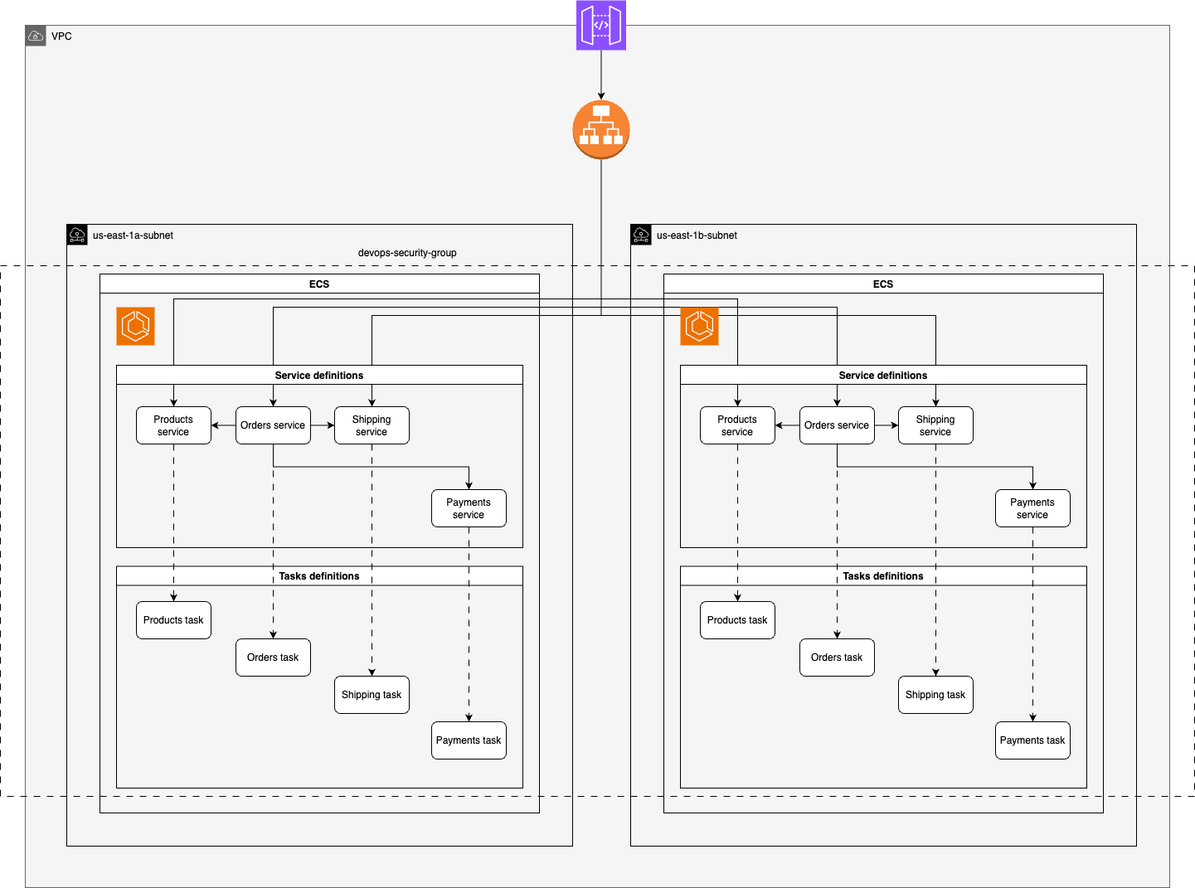
Above: assets/infra.png in RIBAS-DEVOPS-NOV2024/infraestructura (draw.io), before the change. Source tidied: cells renumbered, new cells last; positions are measured from the earlier drawing's top-left corner, leaving out a move shared by most shapes.
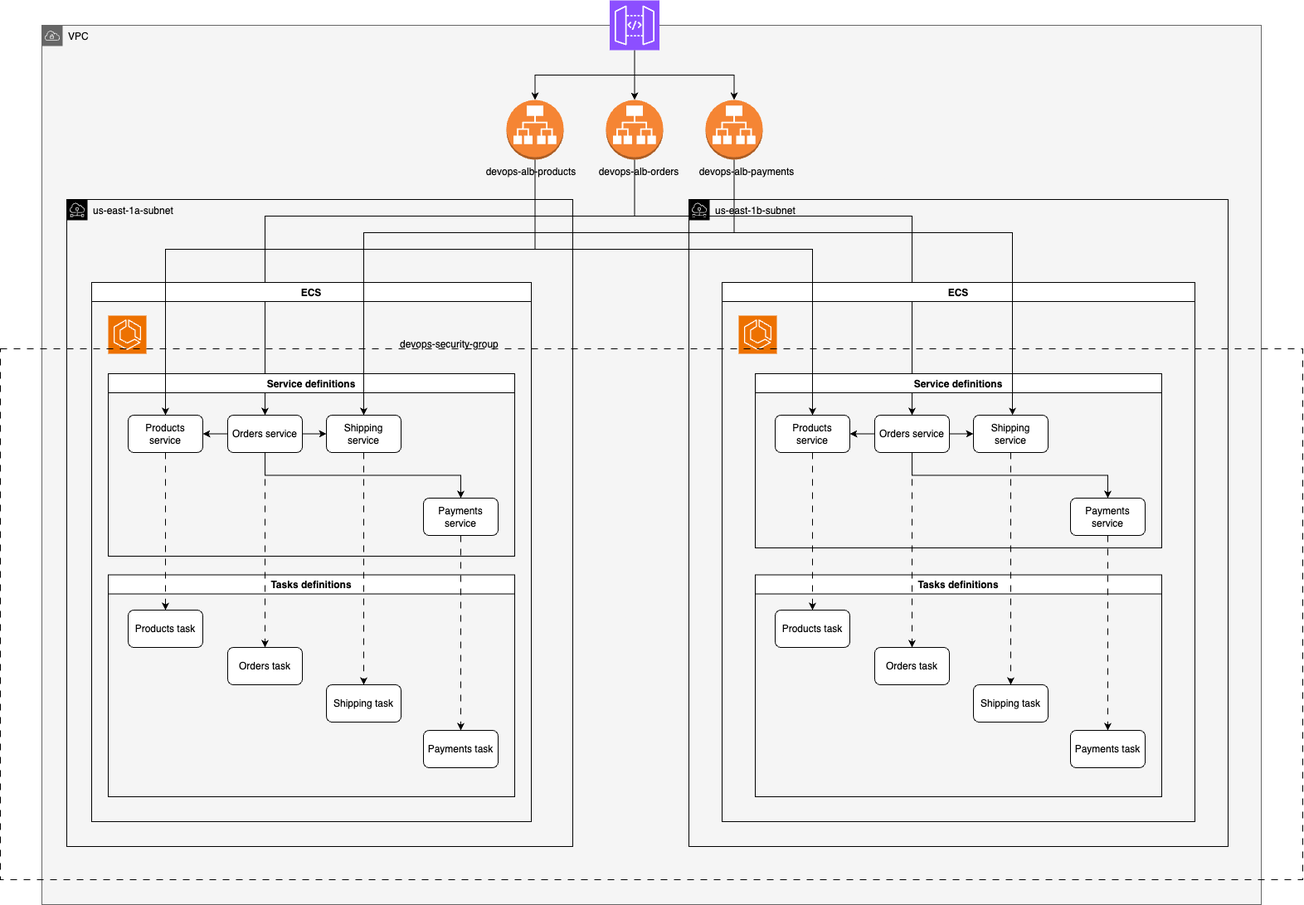
The same diagram one commit later.

What changed in the source:
```diff
@@ -3,61 +3,29 @@
     <mxCell id="0" />
     <mxCell id="1" parent="0" />
     <mxCell id="2" value="&lt;font color=&quot;#000000&quot;&gt;VPC&lt;/font&gt;" style="sketch=0;html=1;whiteSpace=wrap;fontSize=12;fontStyle=0;shape=mxgraph.aws4.group;grIcon=mxgraph.aws4.group_vpc;strokeColor=#666666;fillColor=#f5f5f5;verticalAlign=top;align=left;spacingLeft=30;dashed=0;fontColor=#333333;" parent="1" vertex="1">
-      <mxGeometry x="30" y="30" width="1380" height="1040" as="geometry" />
+      <mxGeometry x="10" y="30" width="1470" height="1060" as="geometry" />
     </mxCell>
-    <mxCell id="3" style="edgeStyle=orthogonalEdgeStyle;rounded=0;jettySize=auto;html=1;exitX=0.5;exitY=1;exitDx=0;exitDy=0;exitPerimeter=0;entryX=0.5;entryY=0;entryDx=0;entryDy=0;" parent="1" edge="1" source="9" target="18">
-      <mxGeometry relative="1" as="geometry">
-        <Array as="points">
-          <mxPoint x="725" y="360" />
-          <mxPoint x="209" y="360" />
-        </Array>
-      </mxGeometry>
-    </mxCell>
     <mxCell id="4" style="edgeStyle=orthogonalEdgeStyle;rounded=0;jettySize=auto;html=1;exitX=0.5;exitY=1;exitDx=0;exitDy=0;exitPerimeter=0;entryX=0.5;entryY=0;entryDx=0;entryDy=0;" parent="1" edge="1" source="9" target="15">
       <mxGeometry relative="1" as="geometry">
         <Array as="points">
-          <mxPoint x="725" y="370" />
-          <mxPoint x="329" y="370" />
+          <mxPoint x="725" y="260" />
+          <mxPoint x="279" y="260" />
         </Array>
       </mxGeometry>
     </mxCell>
-    <mxCell id="5" style="edgeStyle=orthogonalEdgeStyle;rounded=0;jettySize=auto;html=1;exitX=0.5;exitY=1;exitDx=0;exitDy=0;exitPerimeter=0;entryX=0.5;entryY=0;entryDx=0;entryDy=0;" parent="1" edge="1" source="9" target="14">
-      <mxGeometry relative="1" as="geometry">
-        <Array as="points">
-          <mxPoint x="725" y="380" />
-          <mxPoint x="448" y="380" />
-        </Array>
-      </mxGeometry>
-    </mxCell>
-    <mxCell id="6" style="edgeStyle=orthogonalEdgeStyle;rounded=0;jettySize=auto;html=1;exitX=0.5;exitY=1;exitDx=0;exitDy=0;exitPerimeter=0;entryX=0.5;entryY=0;entryDx=0;entryDy=0;" parent="1" edge="1" source="9" target="38">
-      <mxGeometry relative="1" as="geometry">
-        <Array as="points">
-          <mxPoint x="725" y="360" />
-          <mxPoint x="889" y="360" />
-        </Array>
-      </mxGeometry>
-    </mxCell>
     <mxCell id="7" style="edgeStyle=orthogonalEdgeStyle;rounded=0;jettySize=auto;html=1;exitX=0.5;exitY=1;exitDx=0;exitDy=0;exitPerimeter=0;entryX=0.5;entryY=0;entryDx=0;entryDy=0;" parent="1" edge="1" source="9" target="35">
       <mxGeometry relative="1" as="geometry">
         <Array as="points">
-          <mxPoint x="725" y="370" />
-          <mxPoint x="1009" y="370" />
+          <mxPoint x="725" y="260" />
+          <mxPoint x="1059" y="260" />
         </Array>
       </mxGeometry>
     </mxCell>
-    <mxCell id="8" style="edgeStyle=orthogonalEdgeStyle;rounded=0;jettySize=auto;html=1;exitX=0.5;exitY=1;exitDx=0;exitDy=0;exitPerimeter=0;entryX=0.5;entryY=0;entryDx=0;entryDy=0;" parent="1" edge="1" source="9" target="34">
-      <mxGeometry relative="1" as="geometry">
-        <Array as="points">
-          <mxPoint x="725" y="380" />
-          <mxPoint x="1128" y="380" />
-        </Array>
-      </mxGeometry>
-    </mxCell>
     <mxCell id="9" style="outlineConnect=0;dashed=0;verticalLabelPosition=bottom;verticalAlign=top;align=center;html=1;shape=mxgraph.aws3.application_load_balancer;fillColor=#F58534;gradientColor=none;" parent="1" vertex="1">
       <mxGeometry x="690" y="120" width="69" height="72" as="geometry" />
     </mxCell>
     <mxCell id="10" value="ECS" style="swimlane;" parent="1" vertex="1">
-      <mxGeometry x="120" y="330" width="530" height="650" as="geometry" />
+      <mxGeometry x="70" y="340" width="530" height="650" as="geometry" />
     </mxCell>
     <mxCell id="11" style="sketch=0;fontColor=#232F3E;fillColor=#ED7100;strokeColor=#ffffff;dashed=0;verticalLabelPosition=bottom;verticalAlign=top;align=center;html=1;fontSize=12;fontStyle=0;shape=mxgraph.aws4.resourceIcon;resIcon=mxgraph.aws4.ecs;" parent="10" vertex="1">
       <mxGeometry x="20" y="40" width="46" height="46" as="geometry" />
@@ -113,17 +81,17 @@
     <mxCell id="28" style="edgeStyle=orthogonalEdgeStyle;rounded=0;jettySize=auto;html=1;exitX=0.5;exitY=1;exitDx=0;exitDy=0;entryX=0.5;entryY=0;entryDx=0;entryDy=0;dashed=1;dashPattern=8 8;" parent="10" edge="1" source="18" target="21">
       <mxGeometry relative="1" as="geometry" />
     </mxCell>
-    <mxCell id="29" value="&lt;font color=&quot;#000000&quot;&gt;us-east-1a-subnet&lt;/font&gt;" style="sketch=0;gradientColor=none;html=1;whiteSpace=wrap;fontSize=12;fontStyle=0;shape=mxgraph.aws4.group;grIcon=mxgraph.aws4.group_subnet;strokeColor=#000000;fillColor=none;verticalAlign=top;align=left;spacingLeft=30;fontColor=#879196;dashed=0;" parent="1" vertex="1">
-      <mxGeometry x="80" y="270" width="610" height="750" as="geometry" />
-    </mxCell>
+    <mxCell id="53" value="&lt;h1 style=&quot;margin-top: 0px;&quot;&gt;&lt;span style=&quot;font-size: 12px; font-weight: 400;&quot;&gt;devops-security-group&lt;/span&gt;&lt;/h1&gt;" style="text;html=1;whiteSpace=wrap;overflow=hidden;rounded=0;" parent="10" vertex="1">
+      <mxGeometry x="370" y="50" width="130" height="40" as="geometry" />
+    </mxCell>
     <mxCell id="30" value="ECS" style="swimlane;" parent="1" vertex="1">
-      <mxGeometry x="800" y="330" width="530" height="650" as="geometry" />
+      <mxGeometry x="830" y="340" width="570" height="650" as="geometry" />
     </mxCell>
     <mxCell id="31" style="sketch=0;fontColor=#232F3E;fillColor=#ED7100;strokeColor=#ffffff;dashed=0;verticalLabelPosition=bottom;verticalAlign=top;align=center;html=1;fontSize=12;fontStyle=0;shape=mxgraph.aws4.resourceIcon;resIcon=mxgraph.aws4.ecs;" parent="30" vertex="1">
       <mxGeometry x="20" y="40" width="46" height="46" as="geometry" />
     </mxCell>
     <mxCell id="32" value="Service definitions" style="swimlane;" parent="30" vertex="1">
-      <mxGeometry x="20" y="110" width="490" height="220" as="geometry" />
+      <mxGeometry x="40" y="110" width="490" height="210" as="geometry" />
     </mxCell>
     <mxCell id="33" value="Payments service" style="rounded=1;whiteSpace=wrap;html=1;" parent="32" vertex="1">
       <mxGeometry x="380" y="150" width="90" height="45" as="geometry" />
@@ -147,7 +115,7 @@
       <mxGeometry relative="1" as="geometry" />
     </mxCell>
     <mxCell id="40" value="Tasks definitions" style="swimlane;" parent="30" vertex="1">
-      <mxGeometry x="20" y="352.5" width="490" height="267.5" as="geometry" />
+      <mxGeometry x="40" y="352.5" width="490" height="267.5" as="geometry" />
     </mxCell>
     <mxCell id="41" value="Products task" style="rounded=1;whiteSpace=wrap;html=1;" parent="40" vertex="1">
       <mxGeometry x="24" y="42.5" width="90" height="45" as="geometry" />
@@ -173,20 +141,74 @@
     <mxCell id="48" style="edgeStyle=orthogonalEdgeStyle;rounded=0;jettySize=auto;html=1;exitX=0.5;exitY=1;exitDx=0;exitDy=0;entryX=0.5;entryY=0;entryDx=0;entryDy=0;dashed=1;dashPattern=8 8;" parent="30" edge="1" source="38" target="41">
       <mxGeometry relative="1" as="geometry" />
     </mxCell>
+    <mxCell id="50" style="sketch=0;points=[[0,0,0],[0.25,0,0],[0.5,0,0],[0.75,0,0],[1,0,0],[0,1,0],[0.25,1,0],[0.5,1,0],[0.75,1,0],[1,1,0],[0,0.25,0],[0,0.5,0],[0,0.75,0],[1,0.25,0],[1,0.5,0],[1,0.75,0]];outlineConnect=0;fontColor=#232F3E;fillColor=#8C4FFF;strokeColor=#ffffff;dashed=0;verticalLabelPosition=bottom;verticalAlign=top;align=center;html=1;fontSize=12;fontStyle=0;shape=mxgraph.aws4.resourceIcon;resIcon=mxgraph.aws4.api_gateway;" parent="1" vertex="1">
+      <mxGeometry x="694.5" width="60" height="60" as="geometry" />
+    </mxCell>
+    <mxCell id="52" style="rounded=0;whiteSpace=wrap;html=1;fillColor=none;dashed=1;dashPattern=8 8;" parent="1" vertex="1">
+      <mxGeometry x="-40" y="420" width="1570" height="640" as="geometry" />
+    </mxCell>
+    <mxCell id="54" style="edgeStyle=orthogonalEdgeStyle;rounded=0;jettySize=auto;html=1;exitX=0.5;exitY=1;exitDx=0;exitDy=0;exitPerimeter=0;entryX=0.5;entryY=0;entryDx=0;entryDy=0;" parent="1" edge="1" source="56" target="18">
+      <mxGeometry relative="1" as="geometry">
+        <Array as="points">
+          <mxPoint x="605" y="300" />
+          <mxPoint x="159" y="300" />
+        </Array>
+      </mxGeometry>
+    </mxCell>
+    <mxCell id="55" style="edgeStyle=orthogonalEdgeStyle;rounded=0;jettySize=auto;html=1;exitX=0.5;exitY=1;exitDx=0;exitDy=0;exitPerimeter=0;entryX=0.5;entryY=0;entryDx=0;entryDy=0;" parent="1" edge="1" source="56" target="38">
+      <mxGeometry relative="1" as="geometry">
+        <Array as="points">
+          <mxPoint x="605" y="300" />
+          <mxPoint x="939" y="300" />
+        </Array>
+      </mxGeometry>
+    </mxCell>
+    <mxCell id="56" style="outlineConnect=0;dashed=0;verticalLabelPosition=bottom;verticalAlign=top;align=center;html=1;shape=mxgraph.aws3.application_load_balancer;fillColor=#F58534;gradientColor=none;" parent="1" vertex="1">
+      <mxGeometry x="570" y="120" width="69" height="72" as="geometry" />
+    </mxCell>
+    <mxCell id="57" style="edgeStyle=orthogonalEdgeStyle;rounded=0;jettySize=auto;html=1;exitX=0.5;exitY=1;exitDx=0;exitDy=0;exitPerimeter=0;entryX=0.5;entryY=0;entryDx=0;entryDy=0;" parent="1" edge="1" source="59" target="14">
+      <mxGeometry relative="1" as="geometry">
+        <Array as="points">
+          <mxPoint x="845" y="280" />
+          <mxPoint x="398" y="280" />
+        </Array>
+      </mxGeometry>
+    </mxCell>
+    <mxCell id="58" style="edgeStyle=orthogonalEdgeStyle;rounded=0;jettySize=auto;html=1;exitX=0.5;exitY=1;exitDx=0;exitDy=0;exitPerimeter=0;entryX=0.5;entryY=0;entryDx=0;entryDy=0;" parent="1" edge="1" source="59" target="34">
+      <mxGeometry relative="1" as="geometry">
+        <Array as="points">
+          <mxPoint x="845" y="280" />
+          <mxPoint x="1180" y="280" />
+          <mxPoint x="1180" y="500" />
+        </Array>
+      </mxGeometry>
+    </mxCell>
+    <mxCell id="59" style="outlineConnect=0;dashed=0;verticalLabelPosition=bottom;verticalAlign=top;align=center;html=1;shape=mxgraph.aws3.application_load_balancer;fillColor=#F58534;gradientColor=none;" parent="1" vertex="1">
+      <mxGeometry x="810" y="120" width="69" height="72" as="geometry" />
+    </mxCell>
+    <mxCell id="60" style="edgeStyle=orthogonalEdgeStyle;rounded=0;jettySize=auto;html=1;exitX=0.5;exitY=1;exitDx=0;exitDy=0;exitPerimeter=0;entryX=0.5;entryY=0;entryDx=0;entryDy=0;entryPerimeter=0;" parent="1" edge="1" source="50" target="56">
+      <mxGeometry relative="1" as="geometry" />
+    </mxCell>
+    <mxCell id="51" style="edgeStyle=orthogonalEdgeStyle;rounded=0;jettySize=auto;html=1;exitX=0.5;exitY=1;exitDx=0;exitDy=0;exitPerimeter=0;entryX=0.5;entryY=0;entryDx=0;entryDy=0;entryPerimeter=0;" parent="1" edge="1" source="50" target="9">
+      <mxGeometry relative="1" as="geometry" />
+    </mxCell>
+    <mxCell id="61" style="edgeStyle=orthogonalEdgeStyle;rounded=0;jettySize=auto;html=1;exitX=0.5;exitY=1;exitDx=0;exitDy=0;exitPerimeter=0;entryX=0.5;entryY=0;entryDx=0;entryDy=0;entryPerimeter=0;" parent="1" edge="1" source="50" target="59">
+      <mxGeometry relative="1" as="geometry" />
+    </mxCell>
+    <mxCell id="62" value="devops-alb-products" style="text;html=1;align=center;verticalAlign=middle;whiteSpace=wrap;rounded=0;" parent="1" vertex="1">
+      <mxGeometry x="540" y="192" width="120" height="30" as="geometry" />
+    </mxCell>
+    <mxCell id="63" value="devops-alb-orders" style="text;html=1;align=center;verticalAlign=middle;whiteSpace=wrap;rounded=0;" parent="1" vertex="1">
+      <mxGeometry x="670" y="192" width="120" height="30" as="geometry" />
+    </mxCell>
+    <mxCell id="64" value="devops-alb-payments" style="text;html=1;align=center;verticalAlign=middle;whiteSpace=wrap;rounded=0;" parent="1" vertex="1">
+      <mxGeometry x="800" y="192" width="120" height="30" as="geometry" />
+    </mxCell>
     <mxCell id="49" value="&lt;font color=&quot;#000000&quot;&gt;us-east-1b-subnet&lt;/font&gt;" style="sketch=0;gradientColor=none;html=1;whiteSpace=wrap;fontSize=12;fontStyle=0;shape=mxgraph.aws4.group;grIcon=mxgraph.aws4.group_subnet;strokeColor=#000000;fillColor=none;verticalAlign=top;align=left;spacingLeft=30;fontColor=#879196;dashed=0;" parent="1" vertex="1">
-      <mxGeometry x="760" y="270" width="610" height="750" as="geometry" />
+      <mxGeometry x="790" y="240" width="650" height="780" as="geometry" />
     </mxCell>
-    <mxCell id="50" style="sketch=0;points=[[0,0,0],[0.25,0,0],[0.5,0,0],[0.75,0,0],[1,0,0],[0,1,0],[0.25,1,0],[0.5,1,0],[0.75,1,0],[1,1,0],[0,0.25,0],[0,0.5,0],[0,0.75,0],[1,0.25,0],[1,0.5,0],[1,0.75,0]];outlineConnect=0;fontColor=#232F3E;fillColor=#8C4FFF;strokeColor=#ffffff;dashed=0;verticalLabelPosition=bottom;verticalAlign=top;align=center;html=1;fontSize=12;fontStyle=0;shape=mxgraph.aws4.resourceIcon;resIcon=mxgraph.aws4.api_gateway;" parent="1" vertex="1">
-      <mxGeometry x="694.5" width="60" height="60" as="geometry" />
-    </mxCell>
-    <mxCell id="51" style="edgeStyle=orthogonalEdgeStyle;rounded=0;jettySize=auto;html=1;exitX=0.5;exitY=1;exitDx=0;exitDy=0;exitPerimeter=0;entryX=0.5;entryY=0;entryDx=0;entryDy=0;entryPerimeter=0;" parent="1" edge="1" source="50" target="9">
-      <mxGeometry relative="1" as="geometry" />
-    </mxCell>
-    <mxCell id="52" style="rounded=0;whiteSpace=wrap;html=1;fillColor=none;dashed=1;dashPattern=8 8;" parent="1" vertex="1">
-      <mxGeometry y="320" width="1440" height="640" as="geometry" />
-    </mxCell>
-    <mxCell id="53" value="&lt;h1 style=&quot;margin-top: 0px;&quot;&gt;&lt;span style=&quot;font-size: 12px; font-weight: 400;&quot;&gt;devops-security-group&lt;/span&gt;&lt;/h1&gt;" style="text;html=1;whiteSpace=wrap;overflow=hidden;rounded=0;" parent="1" vertex="1">
-      <mxGeometry x="430" y="280" width="130" height="40" as="geometry" />
-    </mxCell>
+    <mxCell id="29" value="&lt;font color=&quot;#000000&quot;&gt;us-east-1a-subnet&lt;/font&gt;" style="sketch=0;gradientColor=none;html=1;whiteSpace=wrap;fontSize=12;fontStyle=0;shape=mxgraph.aws4.group;grIcon=mxgraph.aws4.group_subnet;strokeColor=#000000;fillColor=none;verticalAlign=top;align=left;spacingLeft=30;fontColor=#879196;dashed=0;" parent="1" vertex="1">
+      <mxGeometry x="40" y="240" width="610" height="780" as="geometry" />
+    </mxCell>
   </root>
 </mxGraphModel>
```
